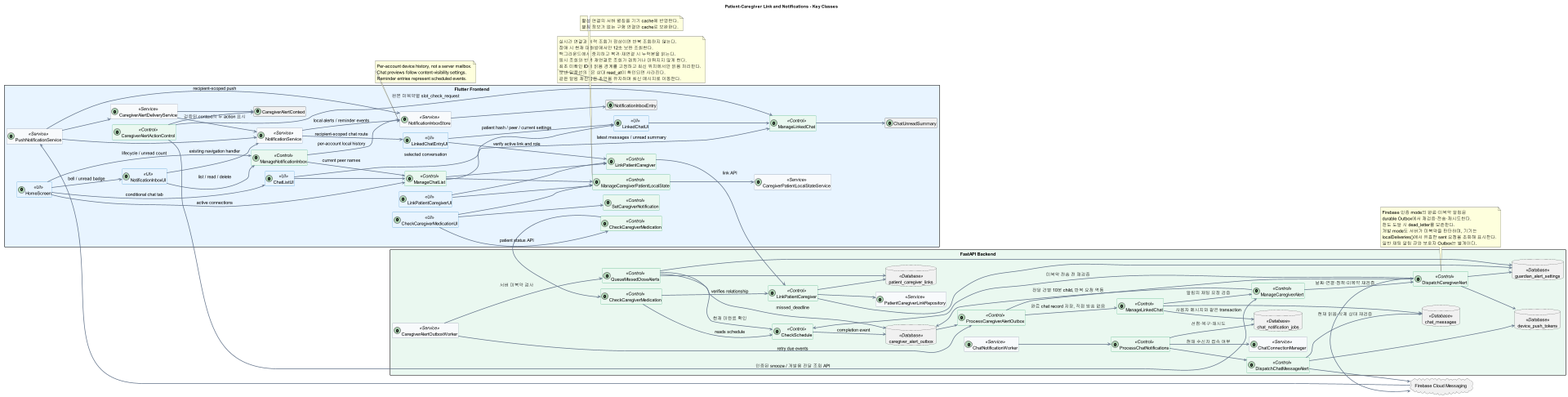
The PlantUML diagram docs/UML/class/04_CaregiverNotifications.png in 1window2/MedBuddy, before a commit.
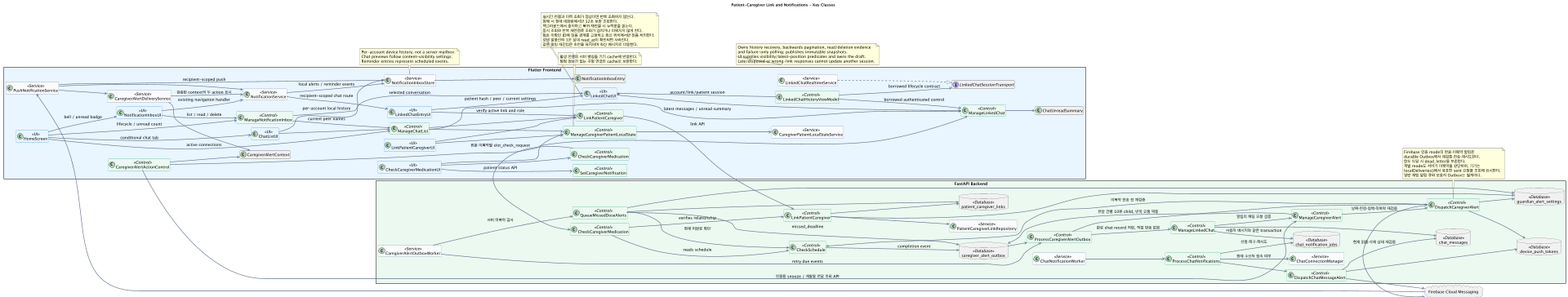
The same diagram one commit later.

What changed in the source:
```diff
@@ -32,6 +32,9 @@
   class HomeScreen <<UI>>
   class ChatListUI <<UI>>
   class LinkedChatUI <<UI>>
+  class LinkedChatHistoryViewModel <<Control>>
+  interface LinkedChatSessionTransport
+  class LinkedChatRealtimeService <<Service>>
   class LinkedChatEntryUI <<UI>>
   class ChatUnreadSummary
   class ManageChatList <<Control>>
@@ -101,6 +104,16 @@
 LinkedChatEntryUI --> LinkedChatUI : patient hash / peer / current settings
 ManageLinkedChat --> ChatUnreadSummary
 LinkedChatUI --> ManageLinkedChat
+LinkedChatUI *-- LinkedChatHistoryViewModel : account/link/patient session
+LinkedChatHistoryViewModel --> ManageLinkedChat : borrowed authenticated control
+LinkedChatHistoryViewModel --> LinkedChatSessionTransport : borrowed lifecycle contract
+LinkedChatRealtimeService ..|> LinkedChatSessionTransport
+note bottom of LinkedChatHistoryViewModel
+  Owns history recovery, backwards pagination, read/deletion evidence
+  and failure-only polling; publishes immutable snapshots.
+  UI supplies visibility/latest-position predicates and owns the draft.
+  Late/disposed or wrong-link responses cannot update another session.
+end note
 note top of LinkedChatUI
   실시간 연결과 이력 조회가 정상이면 반복 조회하지 않는다.
   장애 시 현재 대화방에서만 12초 보완 조회한다.
```
